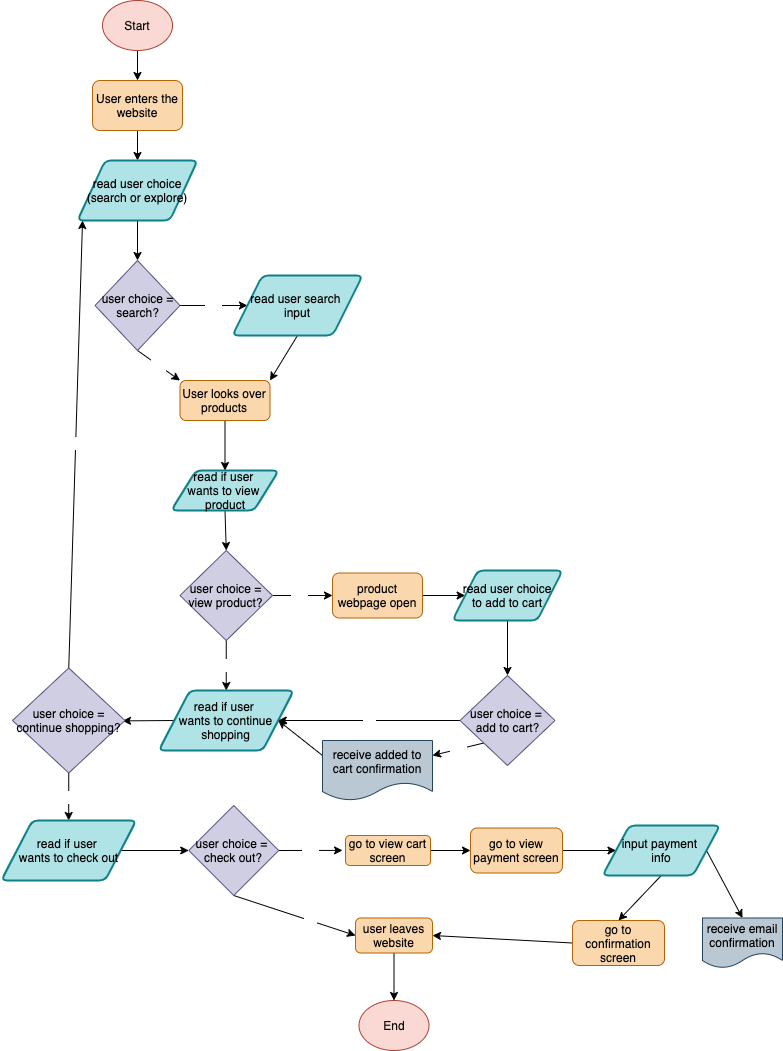
Earlier version of the draw.io export explore/diagramming/diagram.drawio.png (kathyychenn/sp23-cse110-lab4). Source tidied: cells renumbered, new cells last; positions are measured from the earlier drawing's top-left corner, leaving out a move shared by most shapes.
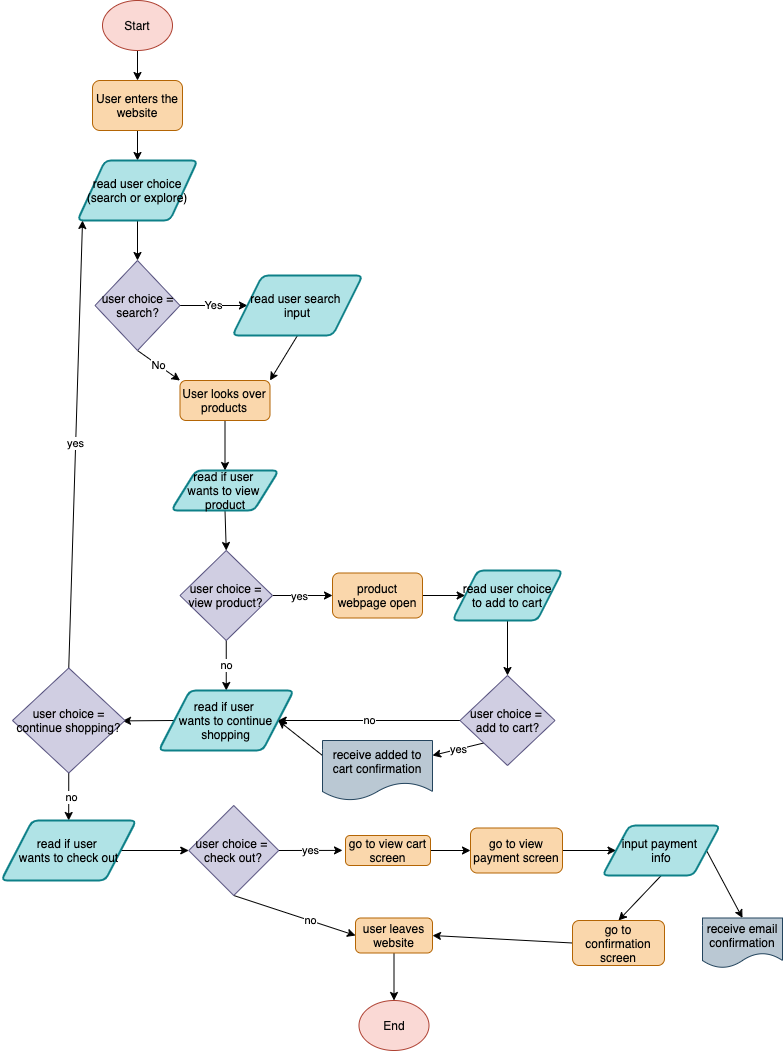
The same diagram one commit later.

Commit message:
change font color

The edit, as a diff of the source:
```diff
@@ -20,10 +20,10 @@
     <mxCell id="7" value="&lt;font color=&quot;#000000&quot;&gt;read user choice (search or explore)&lt;/font&gt;" style="shape=parallelogram;html=1;strokeWidth=2;perimeter=parallelogramPerimeter;whiteSpace=wrap;rounded=1;arcSize=12;size=0.23;fillColor=#b0e3e6;strokeColor=#0e8088;" parent="1" vertex="1">
       <mxGeometry x="76" y="160" width="120" height="60" as="geometry" />
     </mxCell>
-    <mxCell id="8" value="&lt;font color=&quot;#ffffff&quot;&gt;Yes&lt;/font&gt;" style="edgeStyle=none;html=1;exitX=1;exitY=0.5;exitDx=0;exitDy=0;entryX=0;entryY=0.5;entryDx=0;entryDy=0;fontColor=#030202;" parent="1" edge="1" source="10" target="12">
+    <mxCell id="8" value="&lt;font color=&quot;#000000&quot;&gt;Yes&lt;/font&gt;" style="edgeStyle=none;html=1;exitX=1;exitY=0.5;exitDx=0;exitDy=0;entryX=0;entryY=0.5;entryDx=0;entryDy=0;fontColor=#030202;" parent="1" edge="1" source="10" target="12">
       <mxGeometry relative="1" as="geometry" />
     </mxCell>
-    <mxCell id="9" value="No" style="edgeStyle=none;html=1;exitX=0.5;exitY=1;exitDx=0;exitDy=0;entryX=0;entryY=0;entryDx=0;entryDy=0;fontColor=#FFFFFF;" parent="1" edge="1" source="10" target="14">
+    <mxCell id="9" value="&lt;font color=&quot;#000000&quot;&gt;No&lt;/font&gt;" style="edgeStyle=none;html=1;exitX=0.5;exitY=1;exitDx=0;exitDy=0;entryX=0;entryY=0;entryDx=0;entryDy=0;fontColor=#FFFFFF;" parent="1" edge="1" source="10" target="14">
       <mxGeometry relative="1" as="geometry" />
     </mxCell>
     <mxCell id="10" value="&lt;font color=&quot;#030202&quot;&gt;user choice = search?&lt;/font&gt;" style="rhombus;whiteSpace=wrap;html=1;fillColor=#d0cee2;strokeColor=#56517e;" parent="1" vertex="1">
@@ -50,11 +50,11 @@
     <mxCell id="17" style="edgeStyle=none;html=1;exitX=1;exitY=0.5;exitDx=0;exitDy=0;entryX=0;entryY=0.5;entryDx=0;entryDy=0;fontColor=#FFFFFF;" parent="1" edge="1" source="20" target="22">
       <mxGeometry relative="1" as="geometry" />
     </mxCell>
-    <mxCell id="18" value="yes" style="edgeLabel;html=1;align=center;verticalAlign=middle;fontColor=#FFFFFF;" parent="17" vertex="1">
+    <mxCell id="18" value="&lt;font color=&quot;#000000&quot;&gt;yes&lt;/font&gt;" style="edgeLabel;html=1;align=center;verticalAlign=middle;fontColor=#FFFFFF;" parent="17" vertex="1">
       <mxGeometry x="-0.11" relative="1" as="geometry" />
     </mxCell>
-    <mxCell id="19" value="no&lt;br&gt;" style="edgeStyle=none;html=1;exitX=0.5;exitY=1;exitDx=0;exitDy=0;entryX=0.5;entryY=0;entryDx=0;entryDy=0;fontColor=#FFFFFF;" parent="1" edge="1" source="20" target="26">
-      <mxGeometry relative="1" as="geometry" />
+    <mxCell id="19" value="&lt;font color=&quot;#000000&quot;&gt;no&lt;/font&gt;" style="edgeStyle=none;html=1;exitX=0.5;exitY=1;exitDx=0;exitDy=0;entryX=0.5;entryY=0;entryDx=0;entryDy=0;fontColor=#FFFFFF;" parent="1" edge="1" source="20" target="26">
+      <mxGeometry x="0.01" relative="1" as="geometry" />
     </mxCell>
     <mxCell id="20" value="&lt;font color=&quot;#030202&quot;&gt;user choice = view product?&lt;/font&gt;" style="rhombus;whiteSpace=wrap;html=1;fillColor=#d0cee2;strokeColor=#56517e;" parent="1" vertex="1">
       <mxGeometry x="178.5" y="550" width="92.5" height="90" as="geometry" />
@@ -79,10 +79,10 @@
     <mxCell id="26" value="&lt;font color=&quot;#000000&quot;&gt;read if user &lt;br&gt;wants to continue&lt;br&gt;shopping&lt;br&gt;&lt;/font&gt;" style="shape=parallelogram;html=1;strokeWidth=2;perimeter=parallelogramPerimeter;whiteSpace=wrap;rounded=1;arcSize=12;size=0.23;fillColor=#b0e3e6;strokeColor=#0e8088;" parent="1" vertex="1">
       <mxGeometry x="157.2" y="690" width="135" height="60" as="geometry" />
     </mxCell>
-    <mxCell id="27" value="yes" style="edgeStyle=none;html=1;exitX=0;exitY=1;exitDx=0;exitDy=0;entryX=1;entryY=0.25;entryDx=0;entryDy=0;fontColor=#FFFFFF;" parent="1" edge="1" source="29" target="54">
+    <mxCell id="27" value="&lt;font color=&quot;#000000&quot;&gt;yes&lt;/font&gt;" style="edgeStyle=none;html=1;exitX=0;exitY=1;exitDx=0;exitDy=0;entryX=1;entryY=0.25;entryDx=0;entryDy=0;fontColor=#FFFFFF;" parent="1" edge="1" source="29" target="54">
       <mxGeometry relative="1" as="geometry" />
     </mxCell>
-    <mxCell id="28" value="no" style="edgeStyle=none;html=1;exitX=0;exitY=0.5;exitDx=0;exitDy=0;entryX=1;entryY=0.5;entryDx=0;entryDy=0;fontColor=#FFFFFF;" parent="1" edge="1" source="29" target="26">
+    <mxCell id="28" value="&lt;font color=&quot;#000000&quot;&gt;no&lt;/font&gt;" style="edgeStyle=none;html=1;exitX=0;exitY=0.5;exitDx=0;exitDy=0;entryX=1;entryY=0.5;entryDx=0;entryDy=0;fontColor=#FFFFFF;" parent="1" edge="1" source="29" target="26">
       <mxGeometry relative="1" as="geometry" />
     </mxCell>
     <mxCell id="29" value="&lt;font color=&quot;#030202&quot;&gt;user choice =&amp;nbsp;&lt;br&gt;add to cart?&lt;br&gt;&lt;/font&gt;" style="rhombus;whiteSpace=wrap;html=1;fillColor=#d0cee2;strokeColor=#56517e;" parent="1" vertex="1">
@@ -91,7 +91,7 @@
     <mxCell id="30" style="edgeStyle=none;html=1;exitX=0;exitY=0.25;exitDx=0;exitDy=0;entryX=1;entryY=0.5;entryDx=0;entryDy=0;fontColor=#FFFFFF;" parent="1" edge="1" source="54" target="26">
       <mxGeometry relative="1" as="geometry" />
     </mxCell>
-    <mxCell id="31" value="yes" style="edgeStyle=none;html=1;exitX=0.5;exitY=0;exitDx=0;exitDy=0;entryX=0.042;entryY=1;entryDx=0;entryDy=0;fontColor=#FFFFFF;entryPerimeter=0;" parent="1" edge="1" source="34" target="7">
+    <mxCell id="31" value="&lt;font color=&quot;#000000&quot;&gt;yes&lt;/font&gt;" style="edgeStyle=none;html=1;exitX=0.5;exitY=0;exitDx=0;exitDy=0;entryX=0.042;entryY=1;entryDx=0;entryDy=0;fontColor=#FFFFFF;entryPerimeter=0;" parent="1" edge="1" source="34" target="7">
       <mxGeometry relative="1" as="geometry" />
     </mxCell>
     <mxCell id="32" style="edgeStyle=none;html=1;exitX=0.5;exitY=1;exitDx=0;exitDy=0;fontColor=#FFFFFF;" parent="1" edge="1" source="34">
@@ -99,7 +99,7 @@
         <mxPoint x="67.2" y="820" as="targetPoint" />
       </mxGeometry>
     </mxCell>
-    <mxCell id="33" value="no" style="edgeLabel;html=1;align=center;verticalAlign=middle;fontColor=#FFFFFF;" parent="32" vertex="1">
+    <mxCell id="33" value="&lt;font color=&quot;#000000&quot;&gt;no&lt;/font&gt;" style="edgeLabel;html=1;align=center;verticalAlign=middle;fontColor=#FFFFFF;" parent="32" vertex="1">
       <mxGeometry x="0.01" y="2" relative="1" as="geometry" />
     </mxCell>
     <mxCell id="34" value="&lt;font color=&quot;#030202&quot;&gt;user choice = continue shopping?&lt;/font&gt;" style="rhombus;whiteSpace=wrap;html=1;fillColor=#d0cee2;strokeColor=#56517e;" parent="1" vertex="1">
@@ -111,7 +111,7 @@
     <mxCell id="36" value="&lt;font color=&quot;#000000&quot;&gt;read if user &lt;br&gt;wants to check out&lt;br&gt;&lt;/font&gt;" style="shape=parallelogram;html=1;strokeWidth=2;perimeter=parallelogramPerimeter;whiteSpace=wrap;rounded=1;arcSize=12;size=0.23;fillColor=#b0e3e6;strokeColor=#0e8088;" parent="1" vertex="1">
       <mxGeometry x="-0.2" y="820" width="135" height="60" as="geometry" />
     </mxCell>
-    <mxCell id="37" value="yes" style="edgeStyle=none;html=1;exitX=1;exitY=0.5;exitDx=0;exitDy=0;fontColor=#FFFFFF;" parent="1" edge="1" source="40">
+    <mxCell id="37" value="&lt;font color=&quot;#000000&quot;&gt;yes&lt;/font&gt;" style="edgeStyle=none;html=1;exitX=1;exitY=0.5;exitDx=0;exitDy=0;fontColor=#FFFFFF;" parent="1" edge="1" source="40">
       <mxGeometry relative="1" as="geometry">
         <mxPoint x="341" y="849.9" as="targetPoint" />
       </mxGeometry>
@@ -119,7 +119,7 @@
     <mxCell id="38" style="edgeStyle=none;html=1;exitX=0.5;exitY=1;exitDx=0;exitDy=0;entryX=0;entryY=0.5;entryDx=0;entryDy=0;fontColor=#000000;" parent="1" edge="1" source="40" target="52">
       <mxGeometry relative="1" as="geometry" />
     </mxCell>
-    <mxCell id="39" value="&lt;font color=&quot;#ffffff&quot;&gt;no&lt;/font&gt;" style="edgeLabel;html=1;align=center;verticalAlign=middle;fontColor=#000000;" parent="38" vertex="1">
+    <mxCell id="39" value="no" style="edgeLabel;html=1;align=center;verticalAlign=middle;fontColor=#000000;" parent="38" vertex="1">
       <mxGeometry x="0.25" relative="1" as="geometry" />
     </mxCell>
     <mxCell id="40" value="&lt;font color=&quot;#030202&quot;&gt;user choice = &lt;br&gt;check out?&lt;/font&gt;" style="rhombus;whiteSpace=wrap;html=1;fillColor=#d0cee2;strokeColor=#56517e;" parent="1" vertex="1">
```
